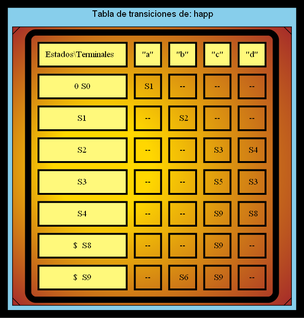
Before: TRANSICIONES_202000119/Transicioneshapp.png, a diagram exported from Graphviz (SergieArizandieta/OLC1-P1-202000119). Its source is kept beside it as TRANSICIONES_202000119/Transicioneshapp.dot. Its diagram source:
```dot
digraph G { bgcolor="black"
   fontname="Helvetica,Arial,sans-serif"
  edge [fontname="Helvetica,Arial,sans-serif"]
  subgraph cluster1 {fillcolor="skyblue" style="filled"
  node [shape=Msquare fillcolor="gold:brown" style="radial" gradientangle=180]
  label = " Tabla de transiciones de: happ"
  a0 [label=<
  <TABLE border="10" cellspacing="10" cellpadding="10" style="rounded" gradientangle="315">
  <TR>
      <TD border="3" bgcolor="#FFF97B">Estados\Terminales  </TD>
      <TD border="3" bgcolor="#FFF97B">"a"</TD>
      <TD border="3" bgcolor="#FFF97B">"b"</TD>
      <TD border="3" bgcolor="#FFF97B">"c"</TD>
      <TD border="3" bgcolor="#FFF97B">"d"</TD>
  </TR>
  <TR>
      <TD border="3" bgcolor="#FFF97B">0 S0</TD>
      <TD border="3" > S1</TD>
      <TD border="3" > -- </TD>
      <TD border="3" > -- </TD>
      <TD border="3" > -- </TD>
  </TR>
  <TR>
      <TD border="3" bgcolor="#FFF97B">S1</TD>
      <TD border="3" > -- </TD>
      <TD border="3" > S2</TD>
      <TD border="3" > -- </TD>
      <TD border="3" > -- </TD>
  </TR>
  <TR>
      <TD border="3" bgcolor="#FFF97B">S2</TD>
      <TD border="3" > -- </TD>
      <TD border="3" > -- </TD>
      <TD border="3" > S3</TD>
      <TD border="3" > S4</TD>
  </TR>
  <TR>
      <TD border="3" bgcolor="#FFF97B">S3</TD>
      <TD border="3" > -- </TD>
      <TD border="3" > -- </TD>
      <TD border="3" > S5</TD>
      <TD border="3" > S3</TD>
  </TR>
  <TR>
      <TD border="3" bgcolor="#FFF97B">S4</TD>
      <TD border="3" > -- </TD>
      <TD border="3" > -- </TD>
      <TD border="3" > S9</TD>
      <TD border="3" > S8</TD>
  </TR>
  <TR>
      <TD border="3" bgcolor="#FFF97B">$  S8</TD>
      <TD border="3" > -- </TD>
      <TD border="3" > -- </TD>
      <TD border="3" > S9</TD>
      <TD border="3" > -- </TD>
  </TR>
  <TR>
      <TD border="3" bgcolor="#FFF97B">$  S9</TD>
      <TD border="3" > -- </TD>
      <TD border="3" > S6</TD>
      <TD border="3" > S9</TD>
      <TD border="3" > -- </TD>
  </TR>

</TABLE>>];}}
```
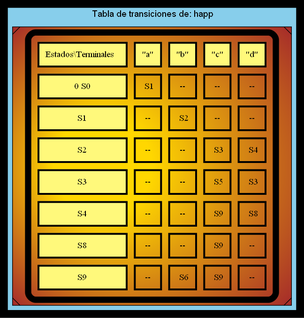
Later version of the same file.

Change to the diagram source:
```diff
@@ -49,14 +49,14 @@
       <TD border="3" > S8</TD>
   </TR>
   <TR>
-      <TD border="3" bgcolor="#FFF97B">$  S8</TD>
+      <TD border="3" bgcolor="#FFF97B">S8</TD>
       <TD border="3" > -- </TD>
       <TD border="3" > -- </TD>
       <TD border="3" > S9</TD>
       <TD border="3" > -- </TD>
   </TR>
   <TR>
-      <TD border="3" bgcolor="#FFF97B">$  S9</TD>
+      <TD border="3" bgcolor="#FFF97B">S9</TD>
       <TD border="3" > -- </TD>
       <TD border="3" > S6</TD>
       <TD border="3" > S9</TD>
```
